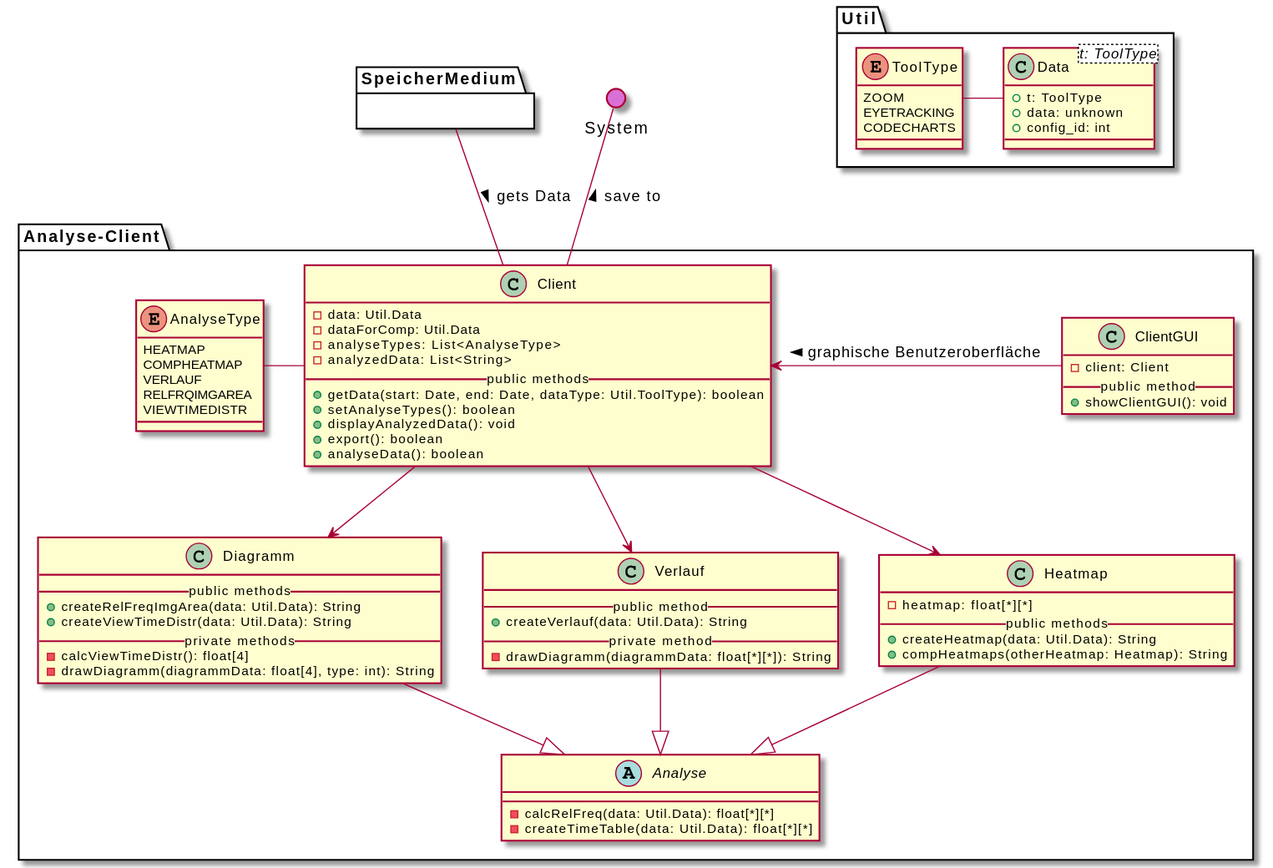
Before: meilenstein_03/uml-analyse-client/analyseclient.svg, a diagram exported from PlantUML (weichware10/meilensteine).
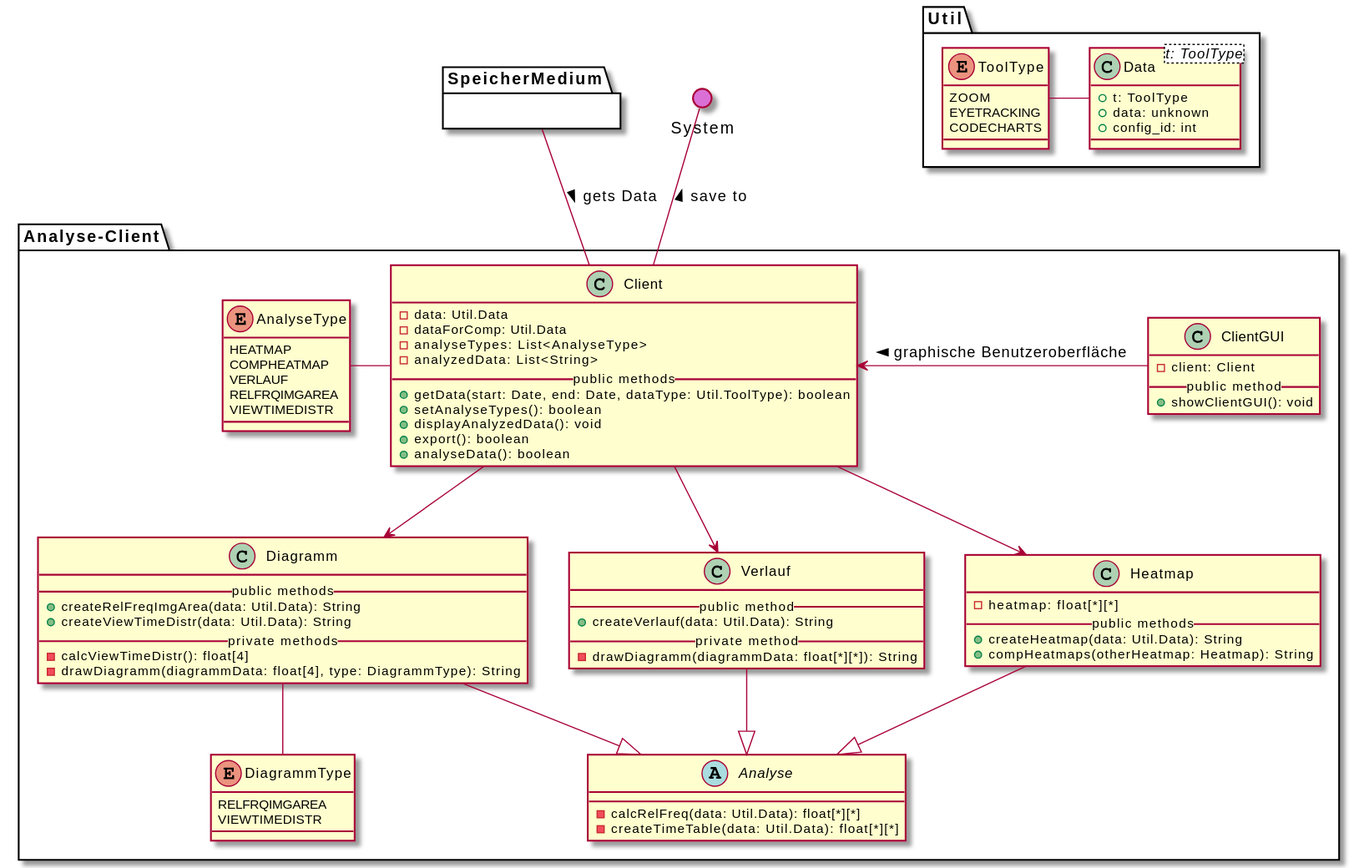
After the commit.

Commit message:
Render PlantUML SVGs

Diff of the diagram source:
```diff
@@ -39,7 +39,12 @@
         + createViewTimeDistr(data: Util.Data): String
         __private methods__
         - calcViewTimeDistr(): float[4]
-        - drawDiagramm(diagrammData: float[4], type: int): String
+        - drawDiagramm(diagrammData: float[4], type: DiagrammType): String
+    }
+
+    enum DiagrammType {
+        RELFRQIMGAREA
+        VIEWTIMEDISTR
     }
 
     enum AnalyseType {
@@ -65,6 +70,7 @@
     Client -d-> Diagramm
     Client -l- AnalyseType
     Client <-r- ClientGUI : < graphische Benutzeroberfläche
+    Diagramm -- DiagrammType
 
 }
 
```
